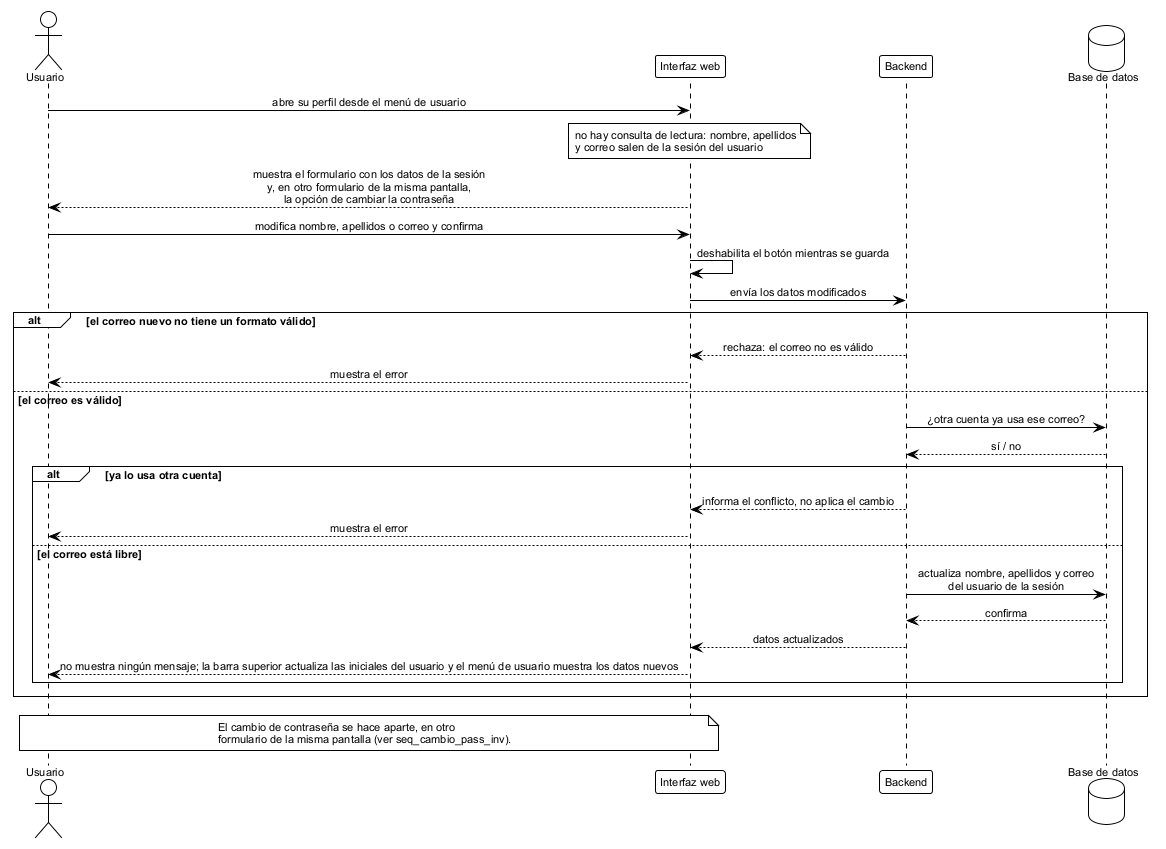
Earlier version of the PlantUML export figures/diagramas/seq_perfil.png (ErickJester/fst-ai-system-latex). Its diagram source:
```plantuml
@startuml seq_perfil

!theme plain
skinparam defaultFontName Arial
skinparam defaultFontSize 11
skinparam shadowing false
skinparam sequenceMessageAlign center
skinparam BoxPadding 10

actor Usuario as u
participant "Interfaz web" as ui
participant Backend as api
database "Base de datos" as db

u -> ui: abre su perfil desde el menú de usuario
note over ui
  no hay consulta de lectura: nombre, apellidos
  y correo salen de la sesión del usuario
end note
ui --> u: muestra el formulario con los datos de la sesión\ny, en otro formulario de la misma pantalla,\nla opción de cambiar la contraseña

u -> ui: modifica nombre, apellidos o correo y confirma
ui -> ui: deshabilita el botón mientras se guarda
ui -> api: envía los datos modificados

alt el correo nuevo no tiene un formato válido
  api --> ui: rechaza: el correo no es válido
  ui --> u: muestra el error
else el correo es válido
  api -> db: ¿otra cuenta ya usa ese correo?
  db --> api: sí / no

  alt ya lo usa otra cuenta
    api --> ui: informa el conflicto, no aplica el cambio
    ui --> u: muestra el error
  else el correo está libre
    api -> db: actualiza nombre, apellidos y correo\ndel usuario de la sesión
    db --> api: confirma
    api --> ui: datos actualizados
    ui --> u: no muestra ningún mensaje; la barra superior actualiza las iniciales del usuario y el menú de usuario muestra los datos nuevos
  end
end

note over u, ui
  El cambio de contraseña se hace aparte, en otro
  formulario de la misma pantalla (ver seq_cambio_pass_inv).
end note

@enduml
```
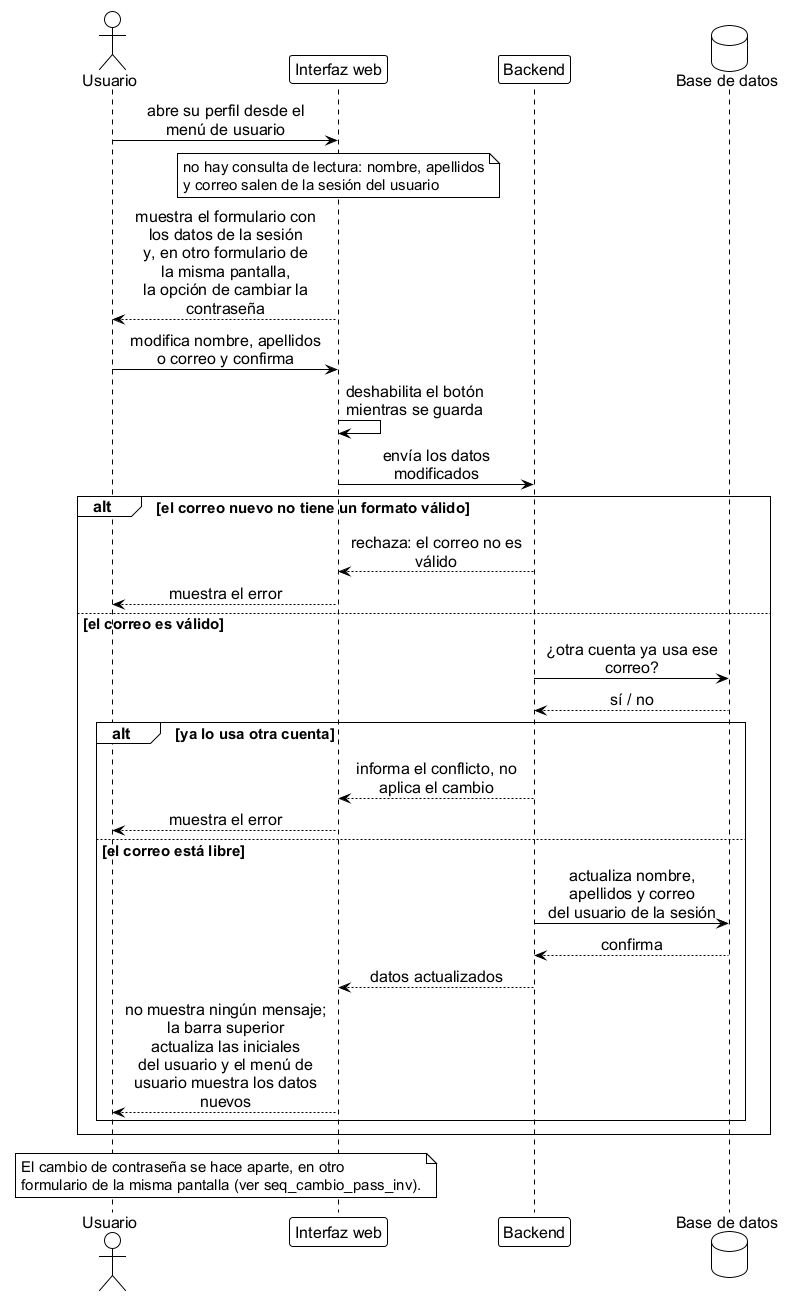
The same diagram one commit later.

The edit, as a diff of the source:
```diff
@@ -1,43 +1,38 @@
 @startuml seq_perfil
 
-!theme plain
-skinparam defaultFontName Arial
-skinparam defaultFontSize 11
-skinparam shadowing false
-skinparam sequenceMessageAlign center
-skinparam BoxPadding 10
+!include estilo_doc.iuml
 
 actor Usuario as u
 participant "Interfaz web" as ui
 participant Backend as api
 database "Base de datos" as db
 
-u -> ui: abre su perfil desde el menú de usuario
+u -> ui: abre su perfil desde el\nmenú de usuario
 note over ui
   no hay consulta de lectura: nombre, apellidos
   y correo salen de la sesión del usuario
 end note
-ui --> u: muestra el formulario con los datos de la sesión\ny, en otro formulario de la misma pantalla,\nla opción de cambiar la contraseña
+ui --> u: muestra el formulario con\nlos datos de la sesión\ny, en otro formulario de\nla misma pantalla,\nla opción de cambiar la\ncontraseña
 
-u -> ui: modifica nombre, apellidos o correo y confirma
-ui -> ui: deshabilita el botón mientras se guarda
-ui -> api: envía los datos modificados
+u -> ui: modifica nombre, apellidos\no correo y confirma
+ui -> ui: deshabilita el botón\nmientras se guarda
+ui -> api: envía los datos\nmodificados
 
 alt el correo nuevo no tiene un formato válido
-  api --> ui: rechaza: el correo no es válido
+  api --> ui: rechaza: el correo no es\nválido
   ui --> u: muestra el error
 else el correo es válido
-  api -> db: ¿otra cuenta ya usa ese correo?
+  api -> db: ¿otra cuenta ya usa ese\ncorreo?
   db --> api: sí / no
 
   alt ya lo usa otra cuenta
-    api --> ui: informa el conflicto, no aplica el cambio
+    api --> ui: informa el conflicto, no\naplica el cambio
     ui --> u: muestra el error
   else el correo está libre
-    api -> db: actualiza nombre, apellidos y correo\ndel usuario de la sesión
+    api -> db: actualiza nombre,\napellidos y correo\ndel usuario de la sesión
     db --> api: confirma
     api --> ui: datos actualizados
-    ui --> u: no muestra ningún mensaje; la barra superior actualiza las iniciales del usuario y el menú de usuario muestra los datos nuevos
+    ui --> u: no muestra ningún mensaje;\nla barra superior\nactualiza las iniciales\ndel usuario y el menú de\nusuario muestra los datos\nnuevos
   end
 end
 
```
